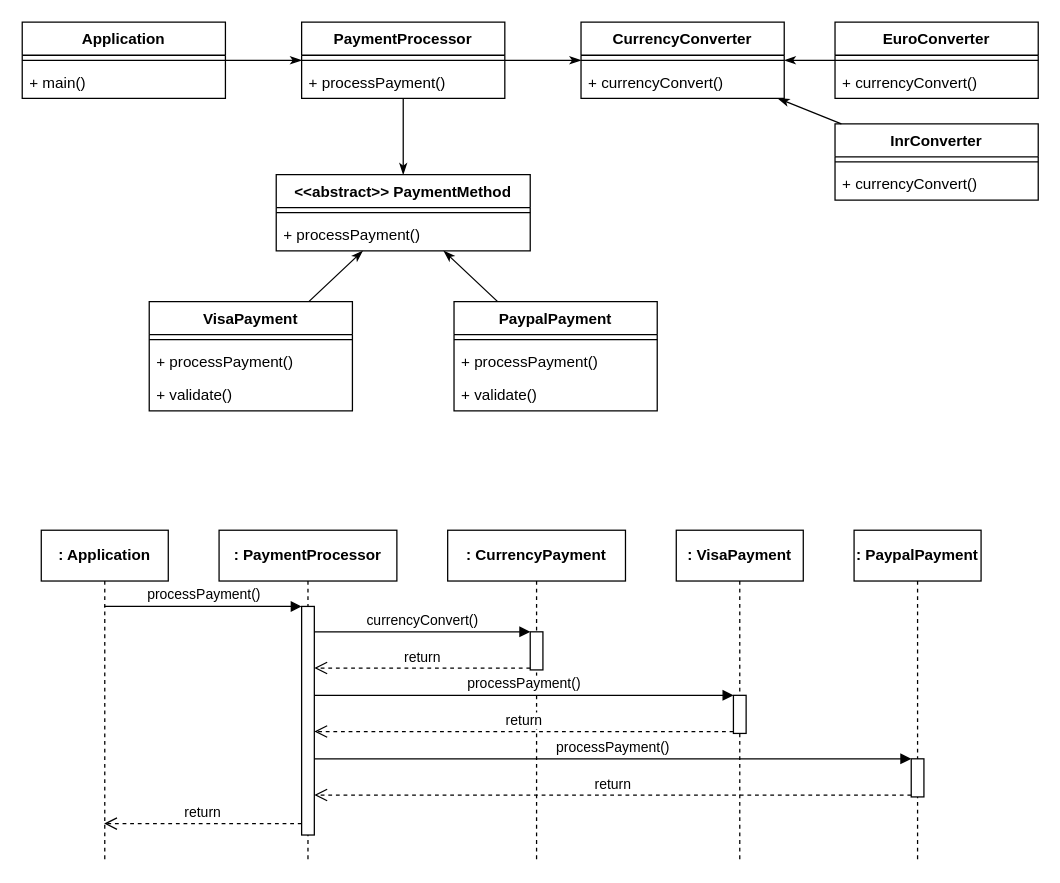
This is page "Lab 2 - Q.e, f" (3 of 3) of assignments/Lab 2 draw.drawio from zithiat/asd, a draw.io file, before an edit. Source tidied: cells renumbered, new cells numbered last; positions are measured from the earlier drawing's top-left corner, leaving out a move shared by most shapes. Both pictures are drawn from the tidied source at 127%, with x=0, y=0 at pixel (22, 22).
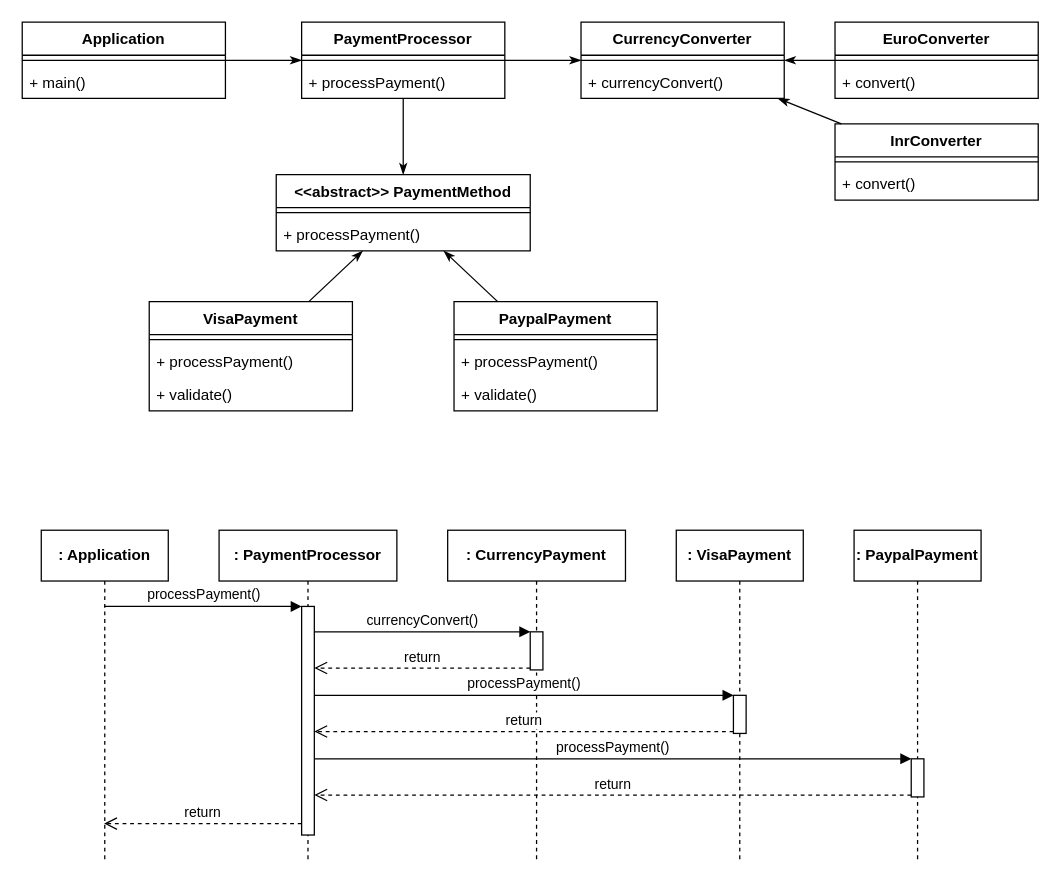
The same diagram, later.

The change refers to these unchanged cells:
```xml
<mxCell id="11" value="EuroConverter" style="swimlane;fontStyle=1;align=center;verticalAlign=top;horizontal=1;startSize=26;" parent="1" vertex="1">
  <mxGeometry x="640" width="160" height="60" as="geometry" />
</mxCell>
<mxCell id="14" value="InrConverter" style="swimlane;fontStyle=1;align=center;verticalAlign=top;horizontal=1;startSize=26;" parent="1" vertex="1">
  <mxGeometry x="640" y="80" width="160" height="60" as="geometry" />
</mxCell>
```

Change to the diagram source:
```diff
@@
-    <mxCell id="13" value="+ currencyConvert()" style="text;strokeColor=none;fillColor=none;align=left;verticalAlign=top;spacingLeft=4;spacingRight=4;overflow=hidden;" parent="11" vertex="1">
+    <mxCell id="13" value="+ convert()" style="text;strokeColor=none;fillColor=none;align=left;verticalAlign=top;spacingLeft=4;spacingRight=4;overflow=hidden;" parent="11" vertex="1">
       <mxGeometry y="34" width="160" height="26" as="geometry" />
     </mxCell>
@@
-    <mxCell id="16" value="+ currencyConvert()" style="text;strokeColor=none;fillColor=none;align=left;verticalAlign=top;spacingLeft=4;spacingRight=4;overflow=hidden;" parent="14" vertex="1">
+    <mxCell id="16" value="+ convert()" style="text;strokeColor=none;fillColor=none;align=left;verticalAlign=top;spacingLeft=4;spacingRight=4;overflow=hidden;" parent="14" vertex="1">
       <mxGeometry y="34" width="160" height="26" as="geometry" />
     </mxCell>
```
